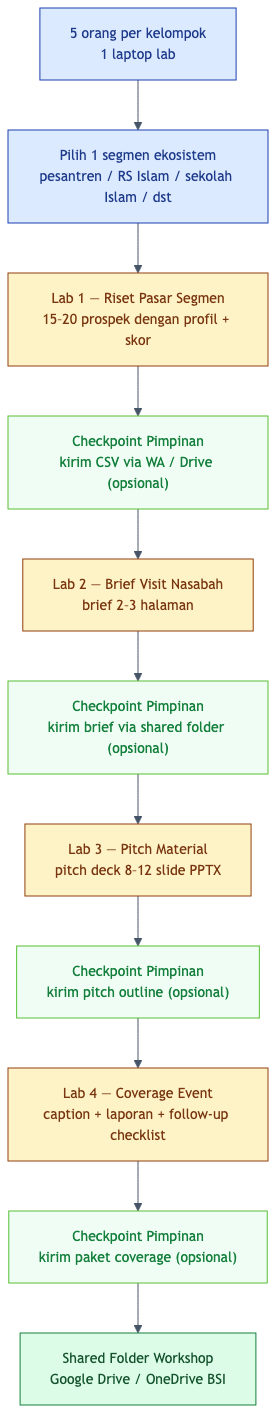
artivisi/bsi-islamic-ecosystem-ai keeps this Mermaid diagram as workbook/diagrams/group-workflow.png. Above is the earlier version. Its source is kept beside it as workbook/diagrams/group-workflow.mmd.
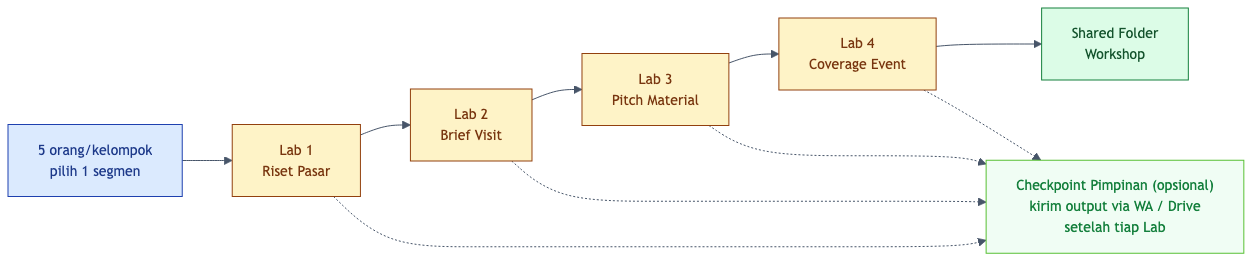
The same file after the commit.

Commit message:
Fix group-workflow diagram: switch to LR layout so it fits one page

What changed in the source:
```diff
@@ -1,29 +1,21 @@
 %%{init: {"theme": "base", "flowchart": {"htmlLabels": false, "useMaxWidth": false}, "themeVariables": {"primaryColor": "#fef3c7", "primaryTextColor": "#78350f", "primaryBorderColor": "#92400e", "lineColor": "#475569", "fontSize": "14px"}} }%%
-flowchart TD
+flowchart LR
     classDef setup fill:#dbeafe,stroke:#1e40af,color:#1e3a8a
     classDef lab fill:#fef3c7,stroke:#92400e,color:#78350f
     classDef output fill:#dcfce7,stroke:#15803d,color:#14532d
     classDef checkpoint fill:#f0fdf4,stroke:#58c034,color:#15803d
 
-    A["5 orang per kelompok<br/>1 laptop lab"]:::setup
-    B["Pilih 1 segmen ekosistem<br/>pesantren / RS Islam / sekolah Islam / dst"]:::setup
-    C["Lab 1 — Riset Pasar Segmen<br/>15–20 prospek dengan profil + skor"]:::lab
-    CP1["Checkpoint Pimpinan<br/>kirim CSV via WA / Drive (opsional)"]:::checkpoint
-    D["Lab 2 — Brief Visit Nasabah<br/>brief 2–3 halaman"]:::lab
-    CP2["Checkpoint Pimpinan<br/>kirim brief via shared folder (opsional)"]:::checkpoint
-    E["Lab 3 — Pitch Material<br/>pitch deck 8–12 slide PPTX"]:::lab
-    CP3["Checkpoint Pimpinan<br/>kirim pitch outline (opsional)"]:::checkpoint
-    F["Lab 4 — Coverage Event<br/>caption + laporan + follow-up checklist"]:::lab
-    CP4["Checkpoint Pimpinan<br/>kirim paket coverage (opsional)"]:::checkpoint
-    G["Shared Folder Workshop<br/>Google Drive / OneDrive BSI"]:::output
+    A["5 orang/kelompok<br/>pilih 1 segmen"]:::setup
+    B["Lab 1<br/>Riset Pasar"]:::lab
+    C["Lab 2<br/>Brief Visit"]:::lab
+    D["Lab 3<br/>Pitch Material"]:::lab
+    E["Lab 4<br/>Coverage Event"]:::lab
+    F["Shared Folder<br/>Workshop"]:::output
 
-    A --> B
-    B --> C
-    C --> CP1
-    CP1 --> D
-    D --> CP2
-    CP2 --> E
-    E --> CP3
-    CP3 --> F
-    F --> CP4
-    CP4 --> G
+    CP["Checkpoint Pimpinan (opsional)<br/>kirim output via WA / Drive<br/>setelah tiap Lab"]:::checkpoint
+
+    A --> B --> C --> D --> E --> F
+    B -.-> CP
+    C -.-> CP
+    D -.-> CP
+    E -.-> CP
```
